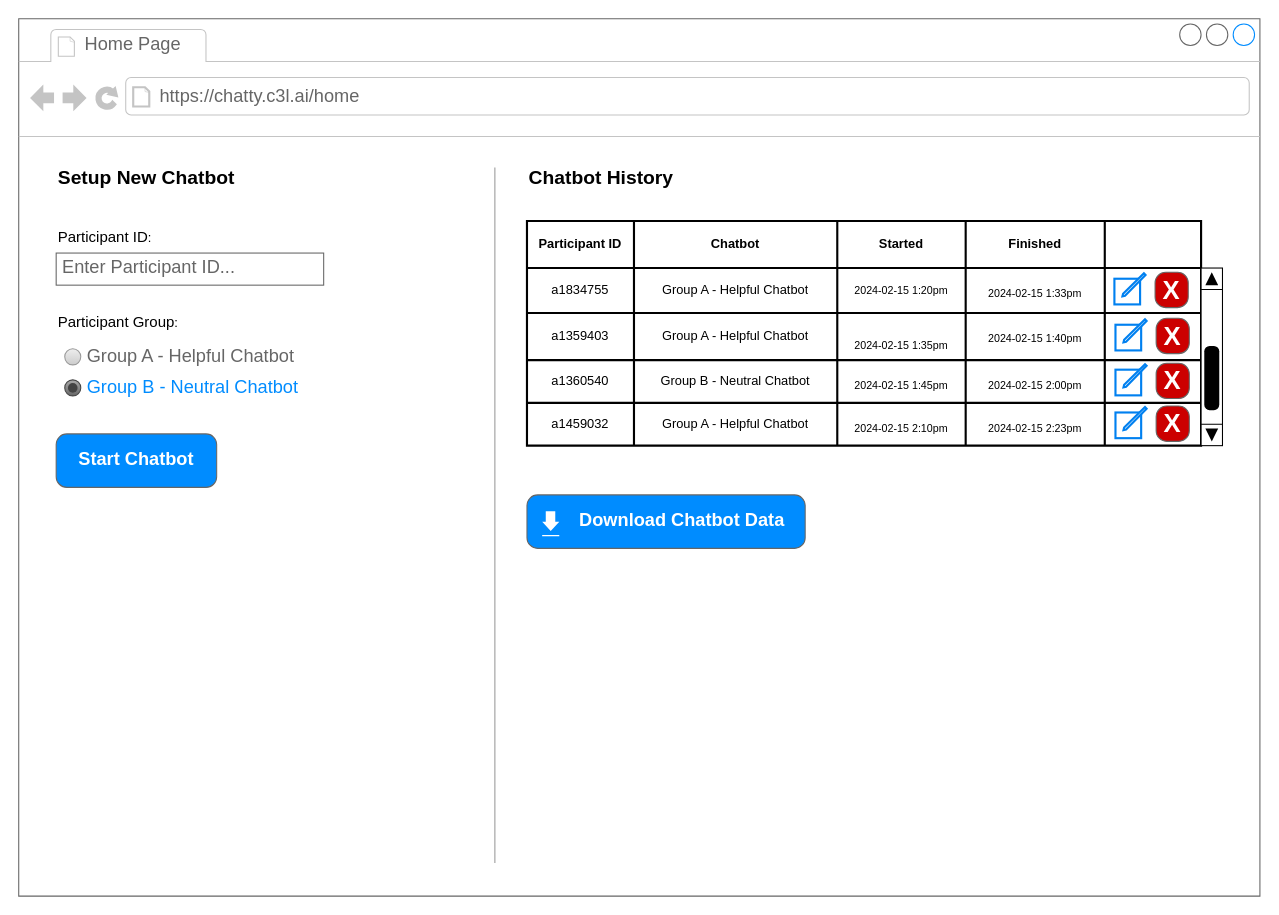
Before: page "Home Page" (2 of 8) of docs/Maths_Anxiety_Chatbot_UI.drawio in c3l-lab/maths-anxiety-chatbot, a draw.io diagram. Source tidied: cells renumbered, new cells numbered last; positions are measured from the earlier drawing's top-left corner, leaving out a move shared by most shapes. Both pictures are drawn from the tidied source at 107%, with x=0, y=0 at pixel (18, 18).
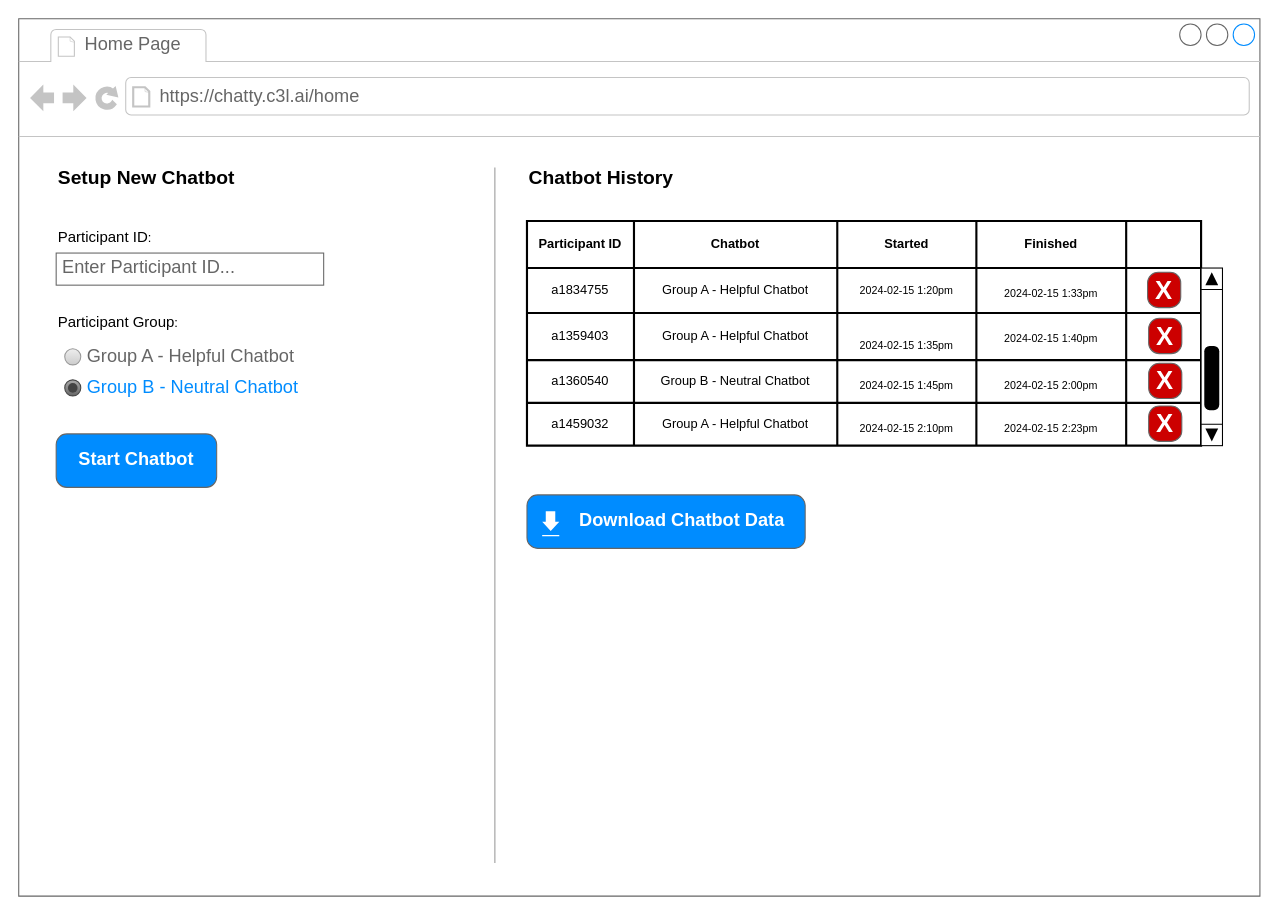
After the change.

The change refers to these unchanged cells:
```xml
<mxCell id="17" style="shape=tableRow;horizontal=0;startSize=0;swimlaneHead=0;swimlaneBody=0;top=0;left=0;bottom=0;right=0;fillColor=none;" parent="16" vertex="1">
  <mxGeometry width="630" height="44" as="geometry" />
</mxCell>
<mxCell id="23" style="shape=tableRow;horizontal=0;startSize=0;swimlaneHead=0;swimlaneBody=0;top=0;left=0;bottom=0;right=0;fillColor=none;" parent="16" vertex="1">
  <mxGeometry y="44" width="630" height="42" as="geometry" />
</mxCell>
<mxCell id="29" style="shape=tableRow;horizontal=0;startSize=0;swimlaneHead=0;swimlaneBody=0;top=0;left=0;bottom=0;right=0;fillColor=none;" parent="16" vertex="1">
  <mxGeometry y="86" width="630" height="44" as="geometry" />
</mxCell>
<mxCell id="35" style="shape=tableRow;horizontal=0;startSize=0;swimlaneHead=0;swimlaneBody=0;top=0;left=0;bottom=0;right=0;fillColor=none;" parent="16" vertex="1">
  <mxGeometry y="130" width="630" height="40" as="geometry" />
</mxCell>
<mxCell id="41" style="shape=tableRow;horizontal=0;startSize=0;swimlaneHead=0;swimlaneBody=0;top=0;left=0;bottom=0;right=0;fillColor=none;" parent="16" vertex="1">
  <mxGeometry y="170" width="630" height="40" as="geometry" />
</mxCell>
```

The edit, as a diff of the source:
```diff
@@
     <mxCell id="20" value="Started" style="shape=partialRectangle;html=1;whiteSpace=wrap;fillColor=none;top=0;left=0;bottom=0;right=0;overflow=hidden;fontStyle=1;" parent="17" vertex="1">
-      <mxGeometry x="290" width="120" height="44" as="geometry" />
+      <mxGeometry x="290" width="130" height="44" as="geometry" />
     </mxCell>
     <mxCell id="21" value="Finished" style="shape=partialRectangle;html=1;whiteSpace=wrap;fillColor=none;top=0;left=0;bottom=0;right=0;overflow=hidden;fontStyle=1;" parent="17" vertex="1">
-      <mxGeometry x="410" width="130" height="44" as="geometry" />
+      <mxGeometry x="420" width="140" height="44" as="geometry" />
     </mxCell>
     <mxCell id="22" style="shape=partialRectangle;html=1;whiteSpace=wrap;fillColor=none;top=0;left=0;bottom=0;right=0;overflow=hidden;fontStyle=1;" parent="17" vertex="1">
-      <mxGeometry x="540" width="90" height="44" as="geometry" />
+      <mxGeometry x="560" width="70" height="44" as="geometry" />
     </mxCell>
@@
     <mxCell id="26" value="&lt;font style=&quot;font-size: 10px;&quot;&gt;2024-02-15 1:20pm&lt;font&gt;&lt;br&gt;&lt;/font&gt;&lt;/font&gt;" style="shape=partialRectangle;html=1;whiteSpace=wrap;fillColor=none;top=0;left=0;bottom=0;right=0;overflow=hidden;" parent="23" vertex="1">
-      <mxGeometry x="290" width="120" height="42" as="geometry" />
+      <mxGeometry x="290" width="130" height="42" as="geometry" />
     </mxCell>
     <mxCell id="27" value="&lt;br&gt;&lt;font style=&quot;font-size: 10px;&quot;&gt;2024-02-15 1:33pm&lt;font&gt;&lt;br&gt;&lt;/font&gt;&lt;/font&gt;&lt;br&gt;" style="shape=partialRectangle;html=1;whiteSpace=wrap;fillColor=none;top=0;left=0;bottom=0;right=0;overflow=hidden;" parent="23" vertex="1">
-      <mxGeometry x="410" width="130" height="42" as="geometry" />
+      <mxGeometry x="420" width="140" height="42" as="geometry" />
     </mxCell>
     <mxCell id="28" style="shape=partialRectangle;html=1;whiteSpace=wrap;fillColor=none;top=0;left=0;bottom=0;right=0;overflow=hidden;" parent="23" vertex="1">
-      <mxGeometry x="540" width="90" height="42" as="geometry" />
+      <mxGeometry x="560" width="70" height="42" as="geometry" />
     </mxCell>
@@
     <mxCell id="32" value="&lt;br&gt;&lt;font style=&quot;font-size: 10px;&quot;&gt;2024-02-15 1:35pm&lt;/font&gt;&lt;br&gt;" style="shape=partialRectangle;html=1;whiteSpace=wrap;fillColor=none;top=0;left=0;bottom=0;right=0;overflow=hidden;" parent="29" vertex="1">
-      <mxGeometry x="290" width="120" height="44" as="geometry" />
+      <mxGeometry x="290" width="130" height="44" as="geometry" />
     </mxCell>
     <mxCell id="33" value="&lt;br&gt;&lt;font style=&quot;font-size: 10px;&quot;&gt;2024-02-15 1:40pm&lt;font&gt;&lt;br&gt;&lt;/font&gt;&lt;/font&gt;&lt;br&gt;" style="shape=partialRectangle;html=1;whiteSpace=wrap;fillColor=none;top=0;left=0;bottom=0;right=0;overflow=hidden;" parent="29" vertex="1">
-      <mxGeometry x="410" width="130" height="44" as="geometry" />
+      <mxGeometry x="420" width="140" height="44" as="geometry" />
     </mxCell>
     <mxCell id="34" style="shape=partialRectangle;html=1;whiteSpace=wrap;fillColor=none;top=0;left=0;bottom=0;right=0;overflow=hidden;" parent="29" vertex="1">
-      <mxGeometry x="540" width="90" height="44" as="geometry" />
+      <mxGeometry x="560" width="70" height="44" as="geometry" />
     </mxCell>
@@
     <mxCell id="38" value="&lt;br&gt;&lt;font style=&quot;font-size: 10px;&quot;&gt;2024-02-15 1:45pm&lt;font&gt;&lt;br&gt;&lt;/font&gt;&lt;/font&gt;&lt;br&gt;" style="shape=partialRectangle;html=1;whiteSpace=wrap;fillColor=none;top=0;left=0;bottom=0;right=0;overflow=hidden;" parent="35" vertex="1">
-      <mxGeometry x="290" width="120" height="40" as="geometry" />
+      <mxGeometry x="290" width="130" height="40" as="geometry" />
     </mxCell>
     <mxCell id="39" value="&lt;br&gt;&lt;font style=&quot;font-size: 10px;&quot;&gt;2024-02-15 2:00pm&lt;font&gt;&lt;br&gt;&lt;/font&gt;&lt;/font&gt;&lt;br&gt;" style="shape=partialRectangle;html=1;whiteSpace=wrap;fillColor=none;top=0;left=0;bottom=0;right=0;overflow=hidden;" parent="35" vertex="1">
-      <mxGeometry x="410" width="130" height="40" as="geometry" />
+      <mxGeometry x="420" width="140" height="40" as="geometry" />
     </mxCell>
     <mxCell id="40" style="shape=partialRectangle;html=1;whiteSpace=wrap;fillColor=none;top=0;left=0;bottom=0;right=0;overflow=hidden;" parent="35" vertex="1">
-      <mxGeometry x="540" width="90" height="40" as="geometry" />
+      <mxGeometry x="560" width="70" height="40" as="geometry" />
     </mxCell>
@@
     <mxCell id="44" value="&lt;br&gt;&lt;font style=&quot;font-size: 10px;&quot;&gt;2024-02-15 2:10pm&lt;font&gt;&lt;br&gt;&lt;/font&gt;&lt;/font&gt;&lt;br&gt;" style="shape=partialRectangle;html=1;whiteSpace=wrap;fillColor=none;top=0;left=0;bottom=0;right=0;overflow=hidden;" parent="41" vertex="1">
-      <mxGeometry x="290" width="120" height="40" as="geometry" />
+      <mxGeometry x="290" width="130" height="40" as="geometry" />
     </mxCell>
     <mxCell id="45" value="&lt;br&gt;&lt;font style=&quot;font-size: 10px;&quot;&gt;2024-02-15 2:23pm&lt;font&gt;&lt;br&gt;&lt;/font&gt;&lt;/font&gt;&lt;br&gt;" style="shape=partialRectangle;html=1;whiteSpace=wrap;fillColor=none;top=0;left=0;bottom=0;right=0;overflow=hidden;" parent="41" vertex="1">
-      <mxGeometry x="410" width="130" height="40" as="geometry" />
+      <mxGeometry x="420" width="140" height="40" as="geometry" />
     </mxCell>
     <mxCell id="46" style="shape=partialRectangle;html=1;whiteSpace=wrap;fillColor=none;top=0;left=0;bottom=0;right=0;overflow=hidden;" parent="41" vertex="1">
-      <mxGeometry x="540" width="90" height="40" as="geometry" />
+      <mxGeometry x="560" width="70" height="40" as="geometry" />
     </mxCell>
@@
     <mxCell id="51" style="group;" parent="1" vertex="1">
-      <mxGeometry x="1024" y="237" width="69" height="33" as="geometry" />
+      <mxGeometry x="1017" y="237" width="69" height="33" as="geometry" />
     </mxCell>
@@
-    <mxCell id="53" style="html=1;verticalLabelPosition=bottom;align=center;labelBackgroundColor=#ffffff;verticalAlign=top;strokeWidth=2;strokeColor=#0080F0;shadow=0;dashed=0;shape=mxgraph.ios7.icons.compose;" parent="51" vertex="1">
-      <mxGeometry y="0.9" width="29.1" height="29.1" as="geometry" />
-    </mxCell>
     <mxCell id="54" style="group;" parent="1" vertex="1">
-      <mxGeometry x="1025" y="280" width="69" height="33" as="geometry" />
+      <mxGeometry x="1018" y="280" width="69" height="33" as="geometry" />
     </mxCell>
@@
-    <mxCell id="56" style="html=1;verticalLabelPosition=bottom;align=center;labelBackgroundColor=#ffffff;verticalAlign=top;strokeWidth=2;strokeColor=#0080F0;shadow=0;dashed=0;shape=mxgraph.ios7.icons.compose;" parent="54" vertex="1">
-      <mxGeometry y="0.9" width="29.1" height="29.1" as="geometry" />
-    </mxCell>
     <mxCell id="57" style="group;" parent="1" vertex="1">
-      <mxGeometry x="1025" y="322" width="69" height="33" as="geometry" />
+      <mxGeometry x="1018" y="322" width="69" height="33" as="geometry" />
     </mxCell>
@@
-    <mxCell id="59" style="html=1;verticalLabelPosition=bottom;align=center;labelBackgroundColor=#ffffff;verticalAlign=top;strokeWidth=2;strokeColor=#0080F0;shadow=0;dashed=0;shape=mxgraph.ios7.icons.compose;" parent="57" vertex="1">
-      <mxGeometry y="0.9" width="29.1" height="29.1" as="geometry" />
-    </mxCell>
     <mxCell id="60" style="group;" parent="1" vertex="1">
-      <mxGeometry x="1025" y="362" width="69" height="33" as="geometry" />
+      <mxGeometry x="1018" y="362" width="69" height="33" as="geometry" />
     </mxCell>
@@
-    <mxCell id="62" style="html=1;verticalLabelPosition=bottom;align=center;labelBackgroundColor=#ffffff;verticalAlign=top;strokeWidth=2;strokeColor=#0080F0;shadow=0;dashed=0;shape=mxgraph.ios7.icons.compose;" parent="60" vertex="1">
-      <mxGeometry y="0.9" width="29.1" height="29.1" as="geometry" />
-    </mxCell>
```
